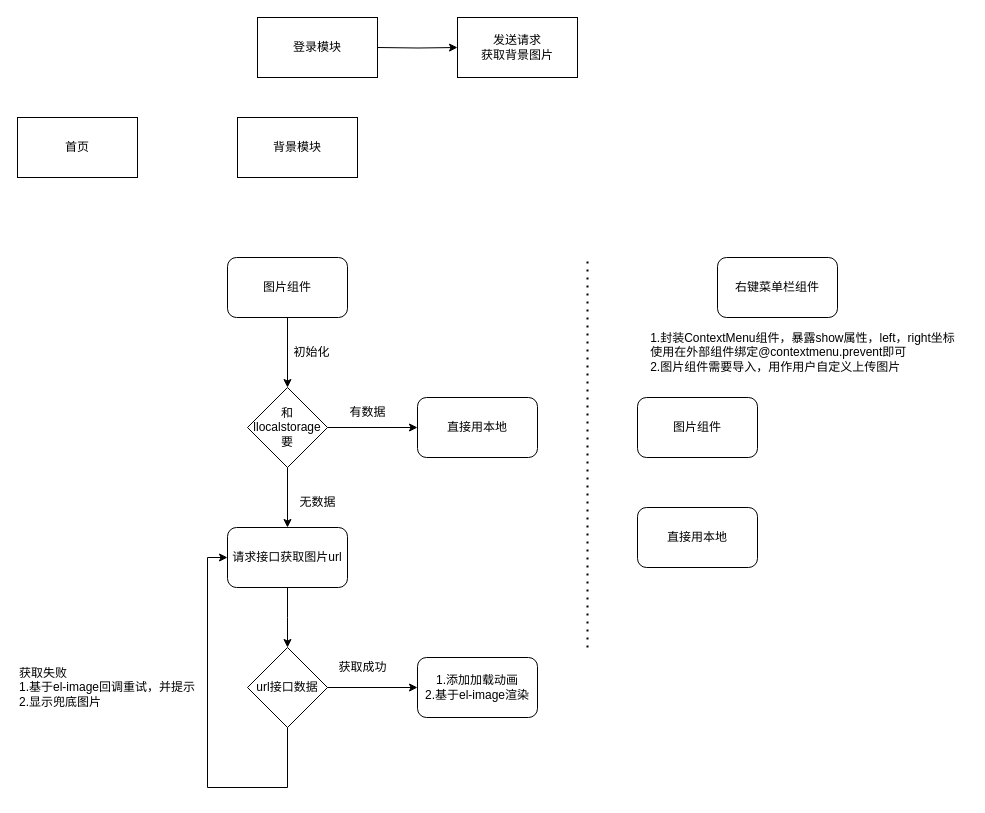
Earlier version of the draw.io diagram 0001-搜索书签项目-前端功能架构.drawio (Saiable/drawio). Source tidied: cells renumbered, new cells numbered last; positions are measured from the earlier drawing's top-left corner, leaving out a move shared by most shapes. Both pictures are drawn from the tidied source at 100%, with x=0, y=0 at pixel (17, 17).
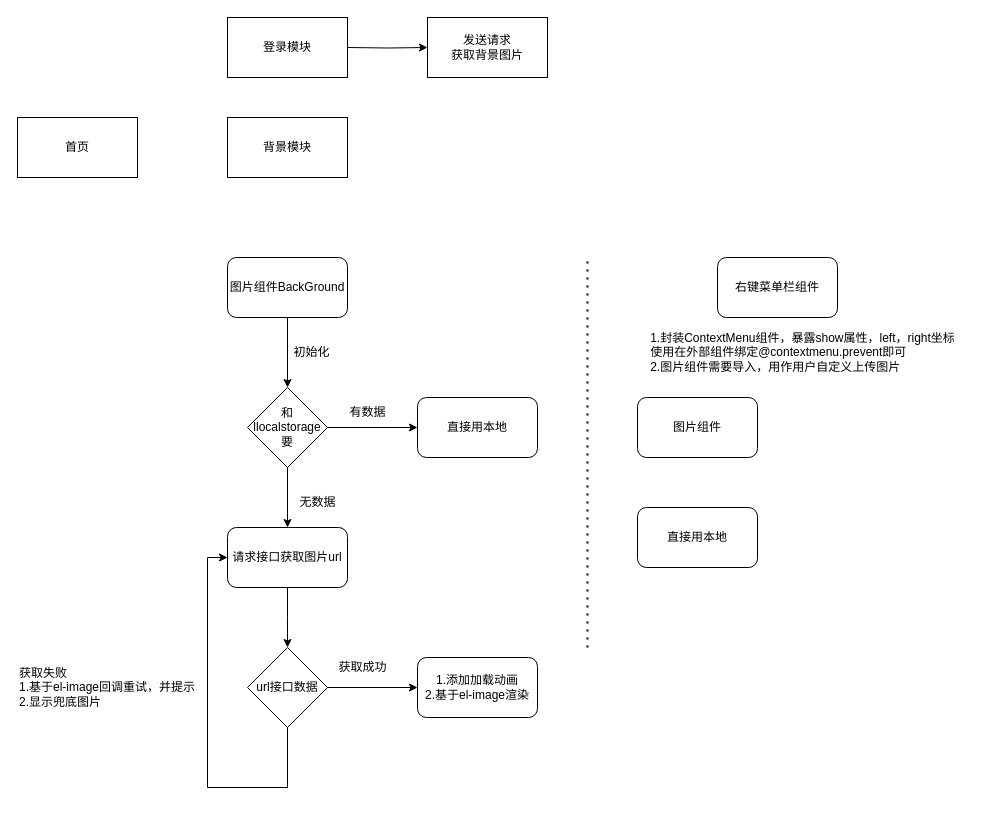
After the change.

Commit message:
更新0001-搜索书签项目-前端功能架构.drawio

Diff of the diagram source:
```diff
@@
     <mxCell id="2" style="edgeStyle=orthogonalEdgeStyle;rounded=0;jettySize=auto;html=1;" parent="1" edge="1" target="3">
       <mxGeometry relative="1" as="geometry">
-        <mxPoint x="360" y="30" as="sourcePoint" />
+        <mxPoint x="330" y="30" as="sourcePoint" />
       </mxGeometry>
     </mxCell>
     <mxCell id="3" value="发送请求&lt;br&gt;获取背景图片" style="whiteSpace=wrap;html=1;rounded=0;" parent="1" vertex="1">
-      <mxGeometry x="440" width="120" height="60" as="geometry" />
+      <mxGeometry x="410" width="120" height="60" as="geometry" />
     </mxCell>
@@
     <mxCell id="5" value="登录模块" style="rounded=0;whiteSpace=wrap;html=1;" parent="1" vertex="1">
-      <mxGeometry x="240" width="120" height="60" as="geometry" />
+      <mxGeometry x="210" width="120" height="60" as="geometry" />
     </mxCell>
     <mxCell id="6" value="背景模块" style="rounded=0;whiteSpace=wrap;html=1;" parent="1" vertex="1">
-      <mxGeometry x="220" y="100" width="120" height="60" as="geometry" />
+      <mxGeometry x="210" y="100" width="120" height="60" as="geometry" />
     </mxCell>
@@
-    <mxCell id="8" value="图片组件" style="rounded=1;whiteSpace=wrap;html=1;" parent="1" vertex="1">
+    <mxCell id="8" value="图片组件BackGround" style="rounded=1;whiteSpace=wrap;html=1;" parent="1" vertex="1">
       <mxGeometry x="210" y="240" width="120" height="60" as="geometry" />
     </mxCell>
```
